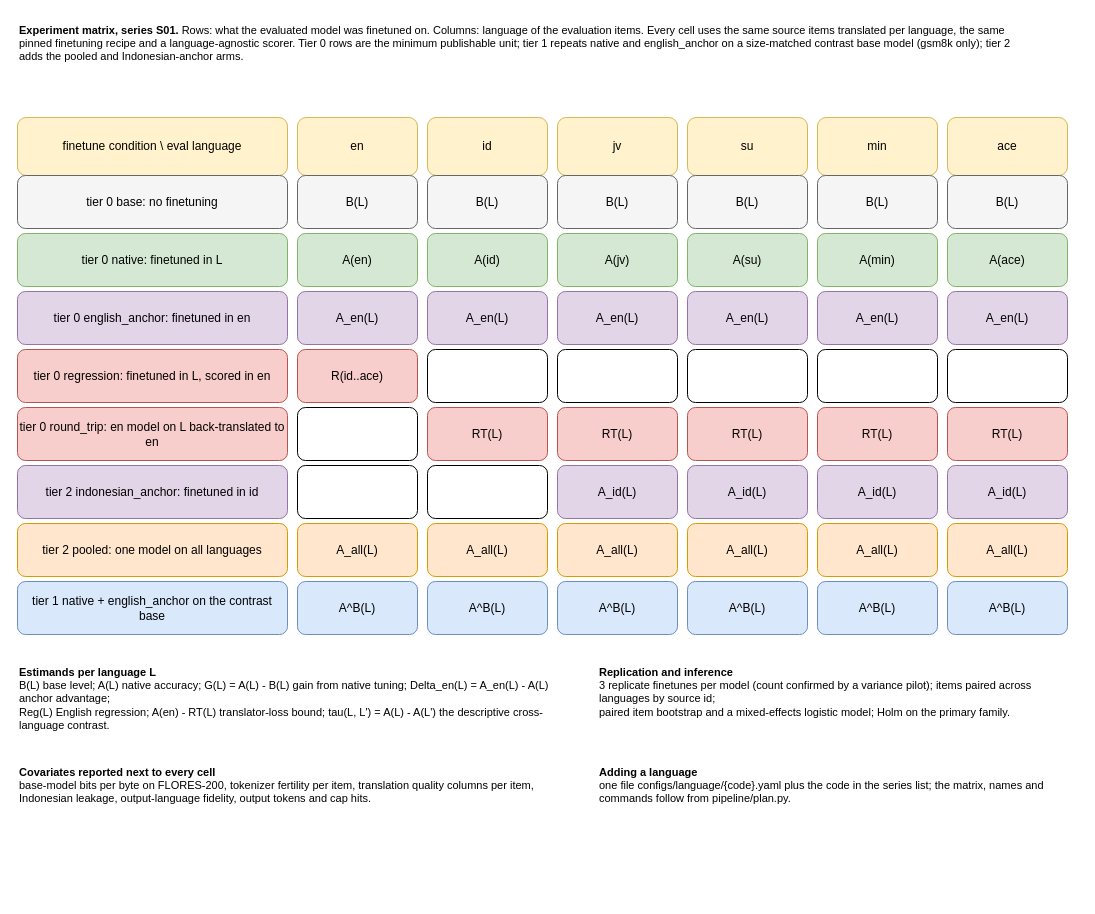
Earlier version of the draw.io diagram docs/diagrams/language_medium_design.drawio (sanggusti/qc_native_preference_tuning). Source tidied: cells renumbered, new cells numbered last; positions are measured from the earlier drawing's top-left corner, leaving out a move shared by most shapes. Both pictures are drawn from the tidied source at 100%, with x=0, y=0 at pixel (17, 17).
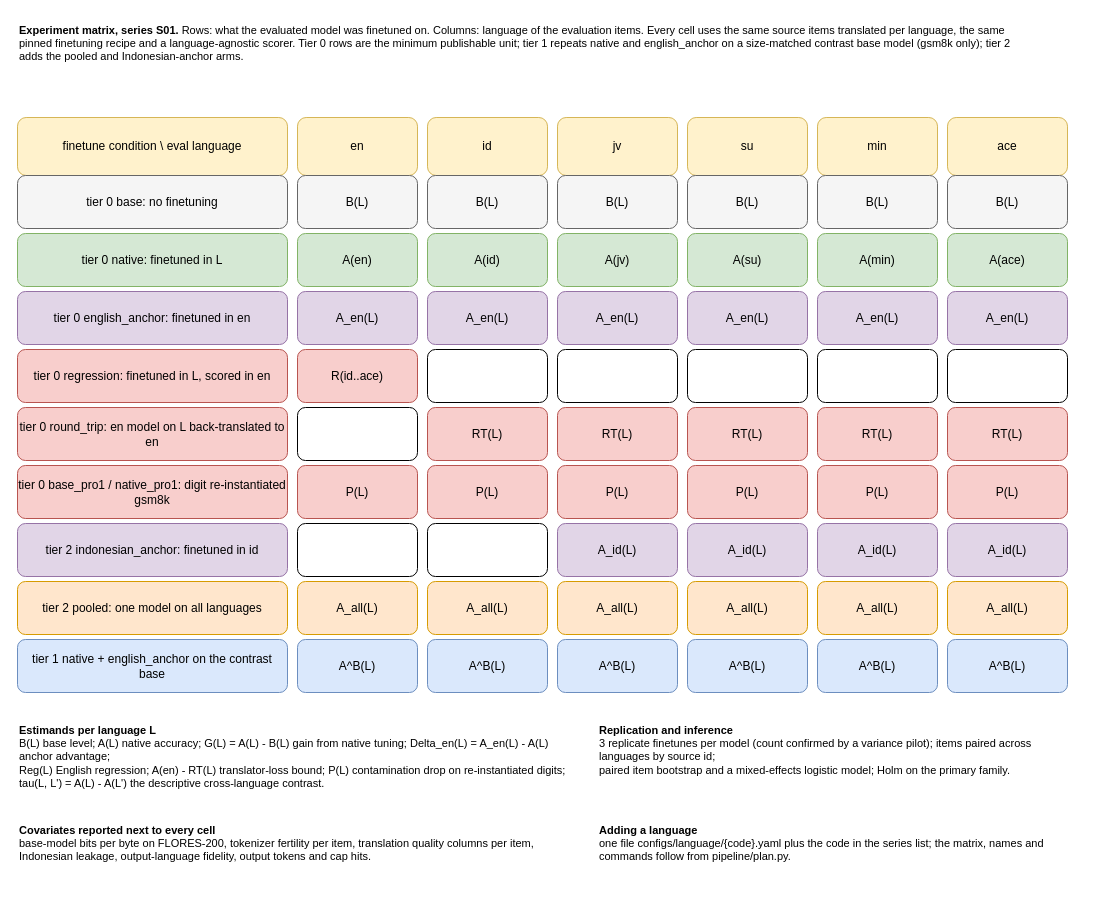
Above is the later version.

Diff of the diagram source:
```diff
@@
-    <mxCell id="45" value="tier 2  indonesian_anchor: finetuned in id" style="rounded=1;whiteSpace=wrap;html=1;fontSize=12;fillColor=#e1d5e7;strokeColor=#9673a6;" parent="1" vertex="1">
+    <mxCell id="45" value="tier 0  base_pro1 / native_pro1: digit re-instantiated gsm8k" style="rounded=1;whiteSpace=wrap;html=1;fontSize=12;fillColor=#f8cecc;strokeColor=#b85450;" parent="1" vertex="1">
       <mxGeometry y="448" width="270" height="53" as="geometry" />
     </mxCell>
-    <mxCell id="46" style="rounded=1;whiteSpace=wrap;html=1;fontSize=12;fillColor=#ffffff;strokeColor=#000000;" parent="1" vertex="1">
+    <mxCell id="46" value="P(L)" style="rounded=1;whiteSpace=wrap;html=1;fontSize=12;fillColor=#f8cecc;strokeColor=#b85450;" parent="1" vertex="1">
       <mxGeometry x="280" y="448" width="120" height="53" as="geometry" />
     </mxCell>
-    <mxCell id="47" style="rounded=1;whiteSpace=wrap;html=1;fontSize=12;fillColor=#ffffff;strokeColor=#000000;" parent="1" vertex="1">
+    <mxCell id="47" value="P(L)" style="rounded=1;whiteSpace=wrap;html=1;fontSize=12;fillColor=#f8cecc;strokeColor=#b85450;" parent="1" vertex="1">
       <mxGeometry x="410" y="448" width="120" height="53" as="geometry" />
     </mxCell>
-    <mxCell id="48" value="A_id(L)" style="rounded=1;whiteSpace=wrap;html=1;fontSize=12;fillColor=#e1d5e7;strokeColor=#9673a6;" parent="1" vertex="1">
+    <mxCell id="48" value="P(L)" style="rounded=1;whiteSpace=wrap;html=1;fontSize=12;fillColor=#f8cecc;strokeColor=#b85450;" parent="1" vertex="1">
       <mxGeometry x="540" y="448" width="120" height="53" as="geometry" />
     </mxCell>
-    <mxCell id="49" value="A_id(L)" style="rounded=1;whiteSpace=wrap;html=1;fontSize=12;fillColor=#e1d5e7;strokeColor=#9673a6;" parent="1" vertex="1">
+    <mxCell id="49" value="P(L)" style="rounded=1;whiteSpace=wrap;html=1;fontSize=12;fillColor=#f8cecc;strokeColor=#b85450;" parent="1" vertex="1">
       <mxGeometry x="670" y="448" width="120" height="53" as="geometry" />
     </mxCell>
-    <mxCell id="50" value="A_id(L)" style="rounded=1;whiteSpace=wrap;html=1;fontSize=12;fillColor=#e1d5e7;strokeColor=#9673a6;" parent="1" vertex="1">
+    <mxCell id="50" value="P(L)" style="rounded=1;whiteSpace=wrap;html=1;fontSize=12;fillColor=#f8cecc;strokeColor=#b85450;" parent="1" vertex="1">
       <mxGeometry x="800" y="448" width="120" height="53" as="geometry" />
     </mxCell>
-    <mxCell id="51" value="A_id(L)" style="rounded=1;whiteSpace=wrap;html=1;fontSize=12;fillColor=#e1d5e7;strokeColor=#9673a6;" parent="1" vertex="1">
+    <mxCell id="51" value="P(L)" style="rounded=1;whiteSpace=wrap;html=1;fontSize=12;fillColor=#f8cecc;strokeColor=#b85450;" parent="1" vertex="1">
       <mxGeometry x="930" y="448" width="120" height="53" as="geometry" />
     </mxCell>
-    <mxCell id="52" value="tier 2  pooled: one model on all languages" style="rounded=1;whiteSpace=wrap;html=1;fontSize=12;fillColor=#ffe6cc;strokeColor=#d79b00;" parent="1" vertex="1">
+    <mxCell id="52" value="tier 2  indonesian_anchor: finetuned in id" style="rounded=1;whiteSpace=wrap;html=1;fontSize=12;fillColor=#e1d5e7;strokeColor=#9673a6;" parent="1" vertex="1">
       <mxGeometry y="506" width="270" height="53" as="geometry" />
     </mxCell>
-    <mxCell id="53" value="A_all(L)" style="rounded=1;whiteSpace=wrap;html=1;fontSize=12;fillColor=#ffe6cc;strokeColor=#d79b00;" parent="1" vertex="1">
+    <mxCell id="53" style="rounded=1;whiteSpace=wrap;html=1;fontSize=12;fillColor=#ffffff;strokeColor=#000000;" parent="1" vertex="1">
       <mxGeometry x="280" y="506" width="120" height="53" as="geometry" />
     </mxCell>
-    <mxCell id="54" value="A_all(L)" style="rounded=1;whiteSpace=wrap;html=1;fontSize=12;fillColor=#ffe6cc;strokeColor=#d79b00;" parent="1" vertex="1">
+    <mxCell id="54" style="rounded=1;whiteSpace=wrap;html=1;fontSize=12;fillColor=#ffffff;strokeColor=#000000;" parent="1" vertex="1">
       <mxGeometry x="410" y="506" width="120" height="53" as="geometry" />
     </mxCell>
-    <mxCell id="55" value="A_all(L)" style="rounded=1;whiteSpace=wrap;html=1;fontSize=12;fillColor=#ffe6cc;strokeColor=#d79b00;" parent="1" vertex="1">
+    <mxCell id="55" value="A_id(L)" style="rounded=1;whiteSpace=wrap;html=1;fontSize=12;fillColor=#e1d5e7;strokeColor=#9673a6;" parent="1" vertex="1">
       <mxGeometry x="540" y="506" width="120" height="53" as="geometry" />
     </mxCell>
-    <mxCell id="56" value="A_all(L)" style="rounded=1;whiteSpace=wrap;html=1;fontSize=12;fillColor=#ffe6cc;strokeColor=#d79b00;" parent="1" vertex="1">
+    <mxCell id="56" value="A_id(L)" style="rounded=1;whiteSpace=wrap;html=1;fontSize=12;fillColor=#e1d5e7;strokeColor=#9673a6;" parent="1" vertex="1">
       <mxGeometry x="670" y="506" width="120" height="53" as="geometry" />
     </mxCell>
-    <mxCell id="57" value="A_all(L)" style="rounded=1;whiteSpace=wrap;html=1;fontSize=12;fillColor=#ffe6cc;strokeColor=#d79b00;" parent="1" vertex="1">
+    <mxCell id="57" value="A_id(L)" style="rounded=1;whiteSpace=wrap;html=1;fontSize=12;fillColor=#e1d5e7;strokeColor=#9673a6;" parent="1" vertex="1">
       <mxGeometry x="800" y="506" width="120" height="53" as="geometry" />
     </mxCell>
-    <mxCell id="58" value="A_all(L)" style="rounded=1;whiteSpace=wrap;html=1;fontSize=12;fillColor=#ffe6cc;strokeColor=#d79b00;" parent="1" vertex="1">
+    <mxCell id="58" value="A_id(L)" style="rounded=1;whiteSpace=wrap;html=1;fontSize=12;fillColor=#e1d5e7;strokeColor=#9673a6;" parent="1" vertex="1">
       <mxGeometry x="930" y="506" width="120" height="53" as="geometry" />
     </mxCell>
-    <mxCell id="59" value="tier 1  native + english_anchor on the contrast base" style="rounded=1;whiteSpace=wrap;html=1;fontSize=12;fillColor=#dae8fc;strokeColor=#6c8ebf;" parent="1" vertex="1">
+    <mxCell id="59" value="tier 2  pooled: one model on all languages" style="rounded=1;whiteSpace=wrap;html=1;fontSize=12;fillColor=#ffe6cc;strokeColor=#d79b00;" parent="1" vertex="1">
       <mxGeometry y="564" width="270" height="53" as="geometry" />
     </mxCell>
-    <mxCell id="60" value="A^B(L)" style="rounded=1;whiteSpace=wrap;html=1;fontSize=12;fillColor=#dae8fc;strokeColor=#6c8ebf;" parent="1" vertex="1">
+    <mxCell id="60" value="A_all(L)" style="rounded=1;whiteSpace=wrap;html=1;fontSize=12;fillColor=#ffe6cc;strokeColor=#d79b00;" parent="1" vertex="1">
       <mxGeometry x="280" y="564" width="120" height="53" as="geometry" />
     </mxCell>
-    <mxCell id="61" value="A^B(L)" style="rounded=1;whiteSpace=wrap;html=1;fontSize=12;fillColor=#dae8fc;strokeColor=#6c8ebf;" parent="1" vertex="1">
+    <mxCell id="61" value="A_all(L)" style="rounded=1;whiteSpace=wrap;html=1;fontSize=12;fillColor=#ffe6cc;strokeColor=#d79b00;" parent="1" vertex="1">
       <mxGeometry x="410" y="564" width="120" height="53" as="geometry" />
     </mxCell>
-    <mxCell id="62" value="A^B(L)" style="rounded=1;whiteSpace=wrap;html=1;fontSize=12;fillColor=#dae8fc;strokeColor=#6c8ebf;" parent="1" vertex="1">
+    <mxCell id="62" value="A_all(L)" style="rounded=1;whiteSpace=wrap;html=1;fontSize=12;fillColor=#ffe6cc;strokeColor=#d79b00;" parent="1" vertex="1">
       <mxGeometry x="540" y="564" width="120" height="53" as="geometry" />
     </mxCell>
-    <mxCell id="63" value="A^B(L)" style="rounded=1;whiteSpace=wrap;html=1;fontSize=12;fillColor=#dae8fc;strokeColor=#6c8ebf;" parent="1" vertex="1">
+    <mxCell id="63" value="A_all(L)" style="rounded=1;whiteSpace=wrap;html=1;fontSize=12;fillColor=#ffe6cc;strokeColor=#d79b00;" parent="1" vertex="1">
       <mxGeometry x="670" y="564" width="120" height="53" as="geometry" />
     </mxCell>
-    <mxCell id="64" value="A^B(L)" style="rounded=1;whiteSpace=wrap;html=1;fontSize=12;fillColor=#dae8fc;strokeColor=#6c8ebf;" parent="1" vertex="1">
+    <mxCell id="64" value="A_all(L)" style="rounded=1;whiteSpace=wrap;html=1;fontSize=12;fillColor=#ffe6cc;strokeColor=#d79b00;" parent="1" vertex="1">
       <mxGeometry x="800" y="564" width="120" height="53" as="geometry" />
     </mxCell>
-    <mxCell id="65" value="A^B(L)" style="rounded=1;whiteSpace=wrap;html=1;fontSize=12;fillColor=#dae8fc;strokeColor=#6c8ebf;" parent="1" vertex="1">
+    <mxCell id="65" value="A_all(L)" style="rounded=1;whiteSpace=wrap;html=1;fontSize=12;fillColor=#ffe6cc;strokeColor=#d79b00;" parent="1" vertex="1">
       <mxGeometry x="930" y="564" width="120" height="53" as="geometry" />
     </mxCell>
-    <mxCell id="66" value="&lt;b&gt;Estimands per language L&lt;/b&gt;&lt;br&gt;B(L) base level; A(L) native accuracy; G(L) = A(L) - B(L) gain from native tuning; Delta_en(L) = A_en(L) - A(L) anchor advantage;&lt;br&gt;Reg(L) English regression; A(en) - RT(L) translator-loss bound; tau(L, L') = A(L) - A(L') the descriptive cross-language contrast." style="text;html=1;whiteSpace=wrap;align=left;verticalAlign=top;fontSize=11;" parent="1" vertex="1">
-      <mxGeometry y="642" width="560" height="90" as="geometry" />
+    <mxCell id="66" value="tier 1  native + english_anchor on the contrast base" style="rounded=1;whiteSpace=wrap;html=1;fontSize=12;fillColor=#dae8fc;strokeColor=#6c8ebf;" parent="1" vertex="1">
+      <mxGeometry y="622" width="270" height="53" as="geometry" />
     </mxCell>
-    <mxCell id="67" value="&lt;b&gt;Replication and inference&lt;/b&gt;&lt;br&gt;3 replicate finetunes per model (count confirmed by a variance pilot); items paired across languages by source id;&lt;br&gt;paired item bootstrap and a mixed-effects logistic model; Holm on the primary family." style="text;html=1;whiteSpace=wrap;align=left;verticalAlign=top;fontSize=11;" parent="1" vertex="1">
-      <mxGeometry x="580" y="642" width="480" height="90" as="geometry" />
+    <mxCell id="67" value="A^B(L)" style="rounded=1;whiteSpace=wrap;html=1;fontSize=12;fillColor=#dae8fc;strokeColor=#6c8ebf;" parent="1" vertex="1">
+      <mxGeometry x="280" y="622" width="120" height="53" as="geometry" />
     </mxCell>
-    <mxCell id="68" value="&lt;b&gt;Covariates reported next to every cell&lt;/b&gt;&lt;br&gt;base-model bits per byte on FLORES-200, tokenizer fertility per item, translation quality columns per item, Indonesian leakage, output-language fidelity, output tokens and cap hits." style="text;html=1;whiteSpace=wrap;align=left;verticalAlign=top;fontSize=11;" parent="1" vertex="1">
-      <mxGeometry y="742" width="560" height="80" as="geometry" />
+    <mxCell id="68" value="A^B(L)" style="rounded=1;whiteSpace=wrap;html=1;fontSize=12;fillColor=#dae8fc;strokeColor=#6c8ebf;" parent="1" vertex="1">
+      <mxGeometry x="410" y="622" width="120" height="53" as="geometry" />
     </mxCell>
-    <mxCell id="69" value="&lt;b&gt;Adding a language&lt;/b&gt;&lt;br&gt;one file configs/language/{code}.yaml plus the code in the series list; the matrix, names and commands follow from pipeline/plan.py." style="text;html=1;whiteSpace=wrap;align=left;verticalAlign=top;fontSize=11;" parent="1" vertex="1">
-      <mxGeometry x="580" y="742" width="480" height="80" as="geometry" />
+    <mxCell id="69" value="A^B(L)" style="rounded=1;whiteSpace=wrap;html=1;fontSize=12;fillColor=#dae8fc;strokeColor=#6c8ebf;" parent="1" vertex="1">
+      <mxGeometry x="540" y="622" width="120" height="53" as="geometry" />
     </mxCell>
+    <mxCell id="70" value="A^B(L)" style="rounded=1;whiteSpace=wrap;html=1;fontSize=12;fillColor=#dae8fc;strokeColor=#6c8ebf;" parent="1" vertex="1">
+      <mxGeometry x="670" y="622" width="120" height="53" as="geometry" />
+    </mxCell>
+    <mxCell id="71" value="A^B(L)" style="rounded=1;whiteSpace=wrap;html=1;fontSize=12;fillColor=#dae8fc;strokeColor=#6c8ebf;" parent="1" vertex="1">
+      <mxGeometry x="800" y="622" width="120" height="53" as="geometry" />
+    </mxCell>
+    <mxCell id="72" value="A^B(L)" style="rounded=1;whiteSpace=wrap;html=1;fontSize=12;fillColor=#dae8fc;strokeColor=#6c8ebf;" parent="1" vertex="1">
+      <mxGeometry x="930" y="622" width="120" height="53" as="geometry" />
+    </mxCell>
+    <mxCell id="73" value="&lt;b&gt;Estimands per language L&lt;/b&gt;&lt;br&gt;B(L) base level; A(L) native accuracy; G(L) = A(L) - B(L) gain from native tuning; Delta_en(L) = A_en(L) - A(L) anchor advantage;&lt;br&gt;Reg(L) English regression; A(en) - RT(L) translator-loss bound; P(L) contamination drop on re-instantiated digits; tau(L, L') = A(L) - A(L') the descriptive cross-language contrast." style="text;html=1;whiteSpace=wrap;align=left;verticalAlign=top;fontSize=11;" parent="1" vertex="1">
+      <mxGeometry y="700" width="560" height="90" as="geometry" />
+    </mxCell>
+    <mxCell id="74" value="&lt;b&gt;Replication and inference&lt;/b&gt;&lt;br&gt;3 replicate finetunes per model (count confirmed by a variance pilot); items paired across languages by source id;&lt;br&gt;paired item bootstrap and a mixed-effects logistic model; Holm on the primary family." style="text;html=1;whiteSpace=wrap;align=left;verticalAlign=top;fontSize=11;" parent="1" vertex="1">
+      <mxGeometry x="580" y="700" width="480" height="90" as="geometry" />
+    </mxCell>
+    <mxCell id="75" value="&lt;b&gt;Covariates reported next to every cell&lt;/b&gt;&lt;br&gt;base-model bits per byte on FLORES-200, tokenizer fertility per item, translation quality columns per item, Indonesian leakage, output-language fidelity, output tokens and cap hits." style="text;html=1;whiteSpace=wrap;align=left;verticalAlign=top;fontSize=11;" parent="1" vertex="1">
+      <mxGeometry y="800" width="560" height="80" as="geometry" />
+    </mxCell>
+    <mxCell id="76" value="&lt;b&gt;Adding a language&lt;/b&gt;&lt;br&gt;one file configs/language/{code}.yaml plus the code in the series list; the matrix, names and commands follow from pipeline/plan.py." style="text;html=1;whiteSpace=wrap;align=left;verticalAlign=top;fontSize=11;" parent="1" vertex="1">
+      <mxGeometry x="580" y="800" width="480" height="80" as="geometry" />
+    </mxCell>
```
